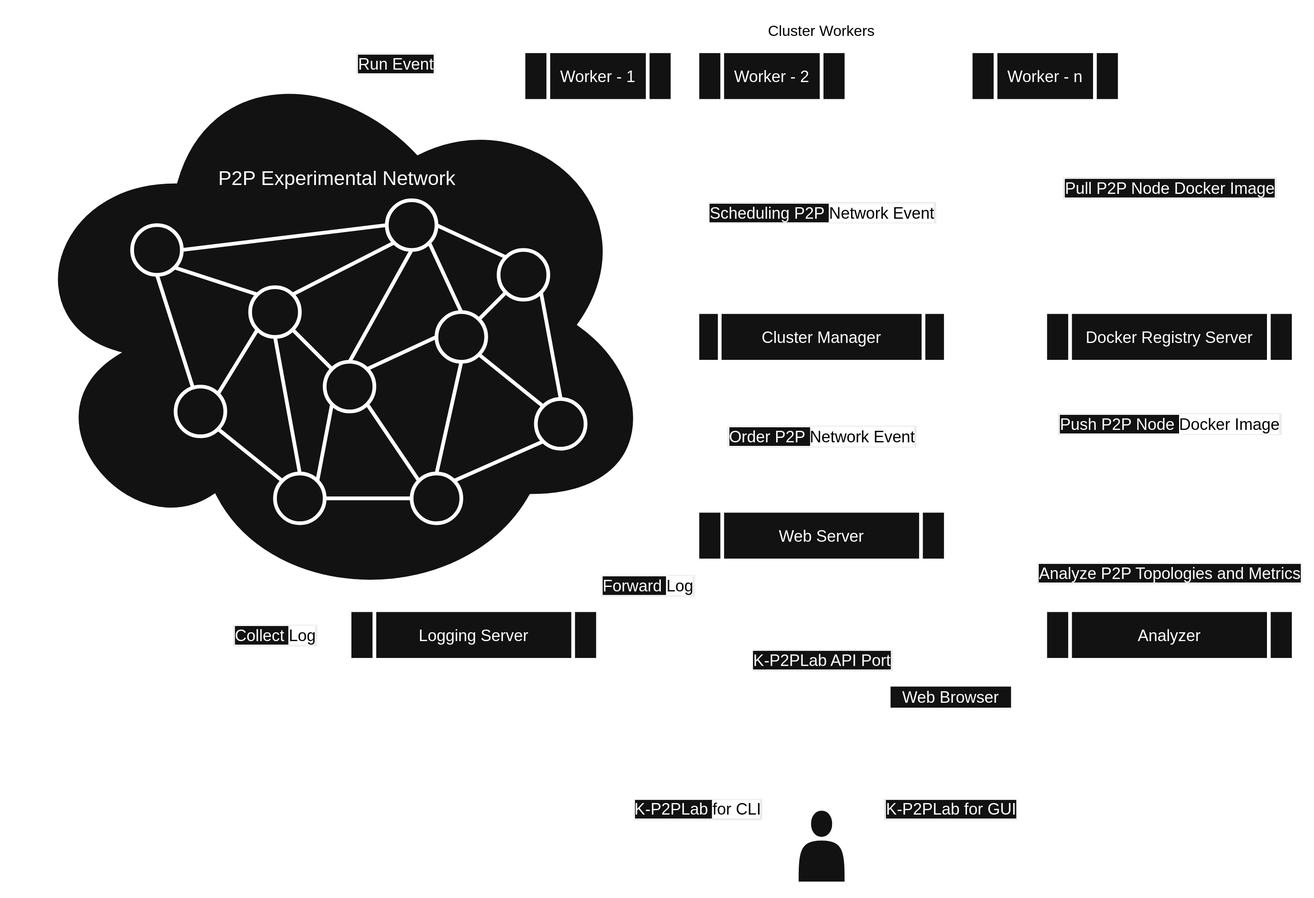
This is figs/kpl-diagram-2.svg from k-p2p-lab/kpl-idea-bed, a draw.io export, as it was before one commit. Source tidied: cells renumbered, new cells last; positions are measured from the earlier drawing's top-left corner, leaving out a move shared by most shapes.
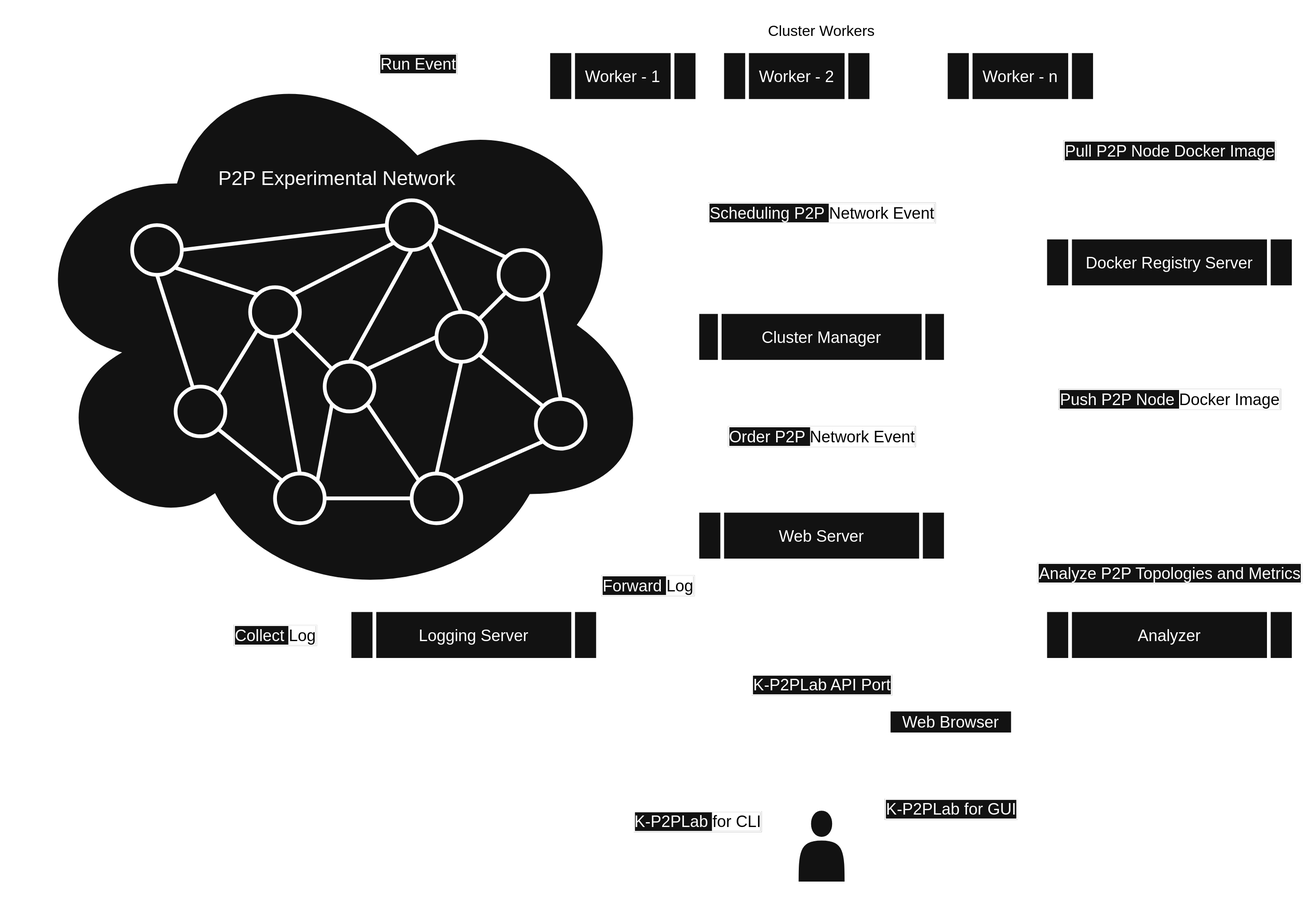
The same file after the commit.

Diff of the diagram source:
```diff
@@ -11,38 +11,37 @@
       </mxGeometry>
     </mxCell>
     <mxCell id="3" value="Pull P2P Node Docker Image" style="rounded=0;jettySize=auto;html=1;entryX=0.5;entryY=0;entryDx=0;entryDy=0;fontSize=13;labelBorderColor=default;exitX=1;exitY=0.5;exitDx=0;exitDy=0;edgeStyle=orthogonalEdgeStyle;startArrow=classic;startFill=1;endArrow=none;endFill=0;strokeWidth=3;" parent="1" edge="1" source="4" target="15">
-      <mxGeometry x="0.09" relative="1" as="geometry" />
+      <mxGeometry x="0.26" relative="1" as="geometry" />
     </mxCell>
     <mxCell id="4" value="&lt;div&gt;&lt;span style=&quot;background-color: transparent; color: light-dark(rgb(0, 0, 0), rgb(255, 255, 255));&quot;&gt;Cluster Workers&lt;/span&gt;&lt;/div&gt;" style="rounded=0;whiteSpace=wrap;html=1;dashed=1;dashPattern=1 1;fillColor=none;verticalAlign=top;strokeWidth=3;" parent="1" vertex="1">
-      <mxGeometry x="390" width="520" height="80" as="geometry" />
+      <mxGeometry x="420" width="460" height="80" as="geometry" />
     </mxCell>
-    <mxCell id="5" value="Push P2P Node&amp;nbsp;&lt;span style=&quot;background-color: light-dark(#ffffff, var(--ge-dark-color, #121212)); color: light-dark(rgb(0, 0, 0), rgb(255, 255, 255));&quot;&gt;Docker Image&lt;/span&gt;" style="rounded=0;jettySize=auto;html=1;exitX=0.75;exitY=0;exitDx=0;exitDy=0;entryX=0.5;entryY=1;entryDx=0;entryDy=0;fontSize=13;labelBorderColor=default;edgeStyle=orthogonalEdgeStyle;strokeWidth=3;" parent="1" edge="1" source="50" target="15">
-      <mxGeometry x="0.71" relative="1" as="geometry">
+    <mxCell id="5" value="Push P2P Node&amp;nbsp;&lt;span style=&quot;background-color: light-dark(#ffffff, var(--ge-dark-color, #121212)); color: light-dark(rgb(0, 0, 0), rgb(255, 255, 255));&quot;&gt;Docker Image&lt;/span&gt;" style="rounded=0;jettySize=auto;html=1;exitX=1;exitY=0.25;exitDx=0;exitDy=0;entryX=0.5;entryY=1;entryDx=0;entryDy=0;fontSize=13;labelBorderColor=default;edgeStyle=orthogonalEdgeStyle;strokeWidth=3;" parent="1" edge="1" source="50" target="15">
+      <mxGeometry x="0.51" relative="1" as="geometry">
         <Array as="points">
-          <mxPoint x="700" y="380" />
-          <mxPoint x="930" y="380" />
+          <mxPoint x="930" y="410" />
         </Array>
       </mxGeometry>
     </mxCell>
     <mxCell id="6" value="K-P2PLab&amp;nbsp;&lt;span style=&quot;background-color: light-dark(#ffffff, var(--ge-dark-color, #121212)); color: light-dark(rgb(0, 0, 0), rgb(255, 255, 255));&quot;&gt;for CLI&lt;/span&gt;" style="edgeStyle=orthogonalEdgeStyle;rounded=0;jettySize=auto;html=1;startArrow=classic;startFill=1;fontSize=13;labelBorderColor=default;entryX=0.1;entryY=0.5;entryDx=0;entryDy=0;entryPerimeter=0;strokeWidth=3;" parent="1" edge="1" target="51">
       <mxGeometry x="0.03" relative="1" as="geometry">
-        <mxPoint x="550" y="520" as="sourcePoint" />
+        <mxPoint x="550" y="540" as="sourcePoint" />
         <Array as="points">
           <mxPoint x="550" y="670" />
         </Array>
       </mxGeometry>
     </mxCell>
     <mxCell id="7" value="Worker - 1" style="shape=process;whiteSpace=wrap;html=1;backgroundOutline=1;size=0.16666666666666666;fontSize=13;strokeWidth=3;" parent="1" vertex="1">
-      <mxGeometry x="410" y="30" width="120" height="40" as="geometry" />
+      <mxGeometry x="430" y="30" width="120" height="40" as="geometry" />
     </mxCell>
     <mxCell id="8" value="Worker - 2" style="shape=process;whiteSpace=wrap;html=1;backgroundOutline=1;size=0.16666666666666666;fontSize=13;strokeWidth=3;" parent="1" vertex="1">
-      <mxGeometry x="550" y="30" width="120" height="40" as="geometry" />
+      <mxGeometry x="570" y="30" width="120" height="40" as="geometry" />
     </mxCell>
     <mxCell id="9" value="Worker - n" style="shape=process;whiteSpace=wrap;html=1;backgroundOutline=1;size=0.16666666666666666;fontSize=13;strokeWidth=3;" parent="1" vertex="1">
-      <mxGeometry x="770" y="30" width="120" height="40" as="geometry" />
+      <mxGeometry x="750" y="30" width="120" height="40" as="geometry" />
     </mxCell>
     <mxCell id="10" value="..." style="text;html=1;whiteSpace=wrap;strokeColor=none;fillColor=none;align=center;verticalAlign=top;rounded=0;fontSize=22;fontStyle=1;strokeWidth=3;" parent="1" vertex="1">
-      <mxGeometry x="670" y="30" width="100" height="40" as="geometry" />
+      <mxGeometry x="690" y="30" width="60" height="40" as="geometry" />
     </mxCell>
     <mxCell id="11" value="Scheduling P2P&amp;nbsp;&lt;span style=&quot;background-color: light-dark(#ffffff, var(--ge-dark-color, #121212)); color: light-dark(rgb(0, 0, 0), rgb(255, 255, 255));&quot;&gt;Network Event&lt;/span&gt;" style="edgeStyle=orthogonalEdgeStyle;rounded=0;jettySize=auto;html=1;fontSize=13;labelBorderColor=default;exitX=0.5;exitY=0;exitDx=0;exitDy=0;startArrow=none;startFill=0;entryX=0.5;entryY=1;entryDx=0;entryDy=0;strokeWidth=3;" parent="1" edge="1" source="53" target="4">
       <mxGeometry relative="1" as="geometry" />
@@ -57,11 +56,11 @@
     <mxCell id="13" value="Forward&amp;nbsp;&lt;span style=&quot;background-color: light-dark(#ffffff, var(--ge-dark-color, #121212)); color: light-dark(rgb(0, 0, 0), rgb(255, 255, 255));&quot;&gt;Log&lt;/span&gt;" style="rounded=0;jettySize=auto;html=1;exitX=1;exitY=0.5;exitDx=0;exitDy=0;entryX=0;entryY=0.5;entryDx=0;entryDy=0;fontFamily=Helvetica;fontSize=13;fontColor=default;labelBorderColor=default;edgeStyle=orthogonalEdgeStyle;strokeWidth=3;" parent="1" edge="1" source="16" target="50">
       <mxGeometry relative="1" as="geometry" />
     </mxCell>
-    <mxCell id="14" value="Analyze P2P Topologies and Metrics" style="edgeStyle=orthogonalEdgeStyle;rounded=0;jettySize=auto;html=1;exitX=0.5;exitY=0;exitDx=0;exitDy=0;entryX=1;entryY=0.5;entryDx=0;entryDy=0;fontFamily=Helvetica;fontSize=13;fontColor=default;labelBorderColor=default;startArrow=classic;startFill=1;strokeWidth=3;" parent="1" edge="1" source="54" target="50">
-      <mxGeometry x="-0.75" relative="1" as="geometry" />
+    <mxCell id="14" value="Analyze P2P Topologies and Metrics" style="edgeStyle=orthogonalEdgeStyle;rounded=0;jettySize=auto;html=1;exitX=0.5;exitY=0;exitDx=0;exitDy=0;entryX=1;entryY=0.75;entryDx=0;entryDy=0;fontFamily=Helvetica;fontSize=13;fontColor=default;labelBorderColor=default;startArrow=classic;startFill=1;strokeWidth=3;" parent="1" edge="1" source="54" target="50">
+      <mxGeometry x="-0.74" relative="1" as="geometry" />
     </mxCell>
     <mxCell id="15" value="Docker Registry Server" style="shape=process;whiteSpace=wrap;html=1;backgroundOutline=1;size=0.1;fontSize=13;strokeWidth=3;" parent="1" vertex="1">
-      <mxGeometry x="830" y="240" width="200" height="40" as="geometry" />
+      <mxGeometry x="830" y="180" width="200" height="40" as="geometry" />
     </mxCell>
     <mxCell id="16" value="Logging Server" style="shape=process;rounded=0;whiteSpace=wrap;html=1;fontSize=13;strokeWidth=3;" parent="1" vertex="1">
       <mxGeometry x="270" y="480" width="200" height="40" as="geometry" />
@@ -164,7 +163,7 @@
     </mxCell>
     <mxCell id="49" style="edgeStyle=orthogonalEdgeStyle;rounded=0;jettySize=auto;html=1;exitX=0.5;exitY=1;exitDx=0;exitDy=0;endArrow=none;endFill=0;strokeWidth=3;shape=link;dashed=1;dashPattern=1 2;" parent="1" edge="1" source="50">
       <mxGeometry relative="1" as="geometry">
-        <mxPoint x="650" y="520" as="targetPoint" />
+        <mxPoint x="650" y="540" as="targetPoint" />
       </mxGeometry>
     </mxCell>
     <mxCell id="50" value="Web Server" style="shape=process;rounded=0;whiteSpace=wrap;html=1;fontSize=13;strokeWidth=3;" parent="1" vertex="1">
@@ -182,22 +181,22 @@
     <mxCell id="54" value="Analyzer" style="shape=process;rounded=0;whiteSpace=wrap;html=1;fontSize=13;strokeWidth=3;" parent="1" vertex="1">
       <mxGeometry x="830" y="480" width="200" height="40" as="geometry" />
     </mxCell>
-    <mxCell id="55" style="edgeStyle=orthogonalEdgeStyle;rounded=0;jettySize=auto;html=1;exitX=0.5;exitY=0;exitDx=0;exitDy=0;strokeWidth=3;" parent="1" edge="1" source="56">
+    <mxCell id="55" style="rounded=0;jettySize=auto;html=1;exitX=0.5;exitY=0;exitDx=0;exitDy=0;strokeWidth=3;" parent="1" edge="1" source="56">
       <mxGeometry relative="1" as="geometry">
-        <mxPoint x="754" y="520" as="targetPoint" />
+        <mxPoint x="754" y="540" as="targetPoint" />
       </mxGeometry>
     </mxCell>
     <mxCell id="56" value="Web Browser" style="swimlane;fontStyle=0;horizontal=1;startSize=20;whiteSpace=wrap;html=1;fontSize=13;strokeWidth=3;" parent="1" vertex="1">
-      <mxGeometry x="704" y="540" width="100" height="60" as="geometry" />
+      <mxGeometry x="704" y="560" width="100" height="60" as="geometry" />
     </mxCell>
     <mxCell id="57" value="K-P2PLab API Port" style="edgeStyle=orthogonalEdgeStyle;rounded=0;orthogonalLoop=1;jettySize=auto;html=1;startArrow=classic;startFill=1;fontSize=13;labelBorderColor=default;strokeWidth=3;shape=filledEdge;dashed=1;dashPattern=1 1;" parent="1" edge="1">
       <mxGeometry relative="1" as="geometry">
-        <mxPoint x="490" y="520" as="sourcePoint" />
-        <mxPoint x="810" y="520" as="targetPoint" />
+        <mxPoint x="490" y="540" as="sourcePoint" />
+        <mxPoint x="810" y="540" as="targetPoint" />
       </mxGeometry>
     </mxCell>
     <mxCell id="58" value="K-P2PLab for GUI" style="edgeStyle=orthogonalEdgeStyle;rounded=0;jettySize=auto;html=1;exitX=0.5;exitY=1;exitDx=0;exitDy=0;entryX=0.9;entryY=0.5;entryDx=0;entryDy=0;entryPerimeter=0;fontSize=13;labelBorderColor=default;strokeWidth=3;" parent="1" edge="1" source="56" target="51">
-      <mxGeometry x="-0.49" relative="1" as="geometry">
+      <mxGeometry x="-0.71" relative="1" as="geometry">
         <Array as="points">
           <mxPoint x="754" y="670" />
         </Array>
```
